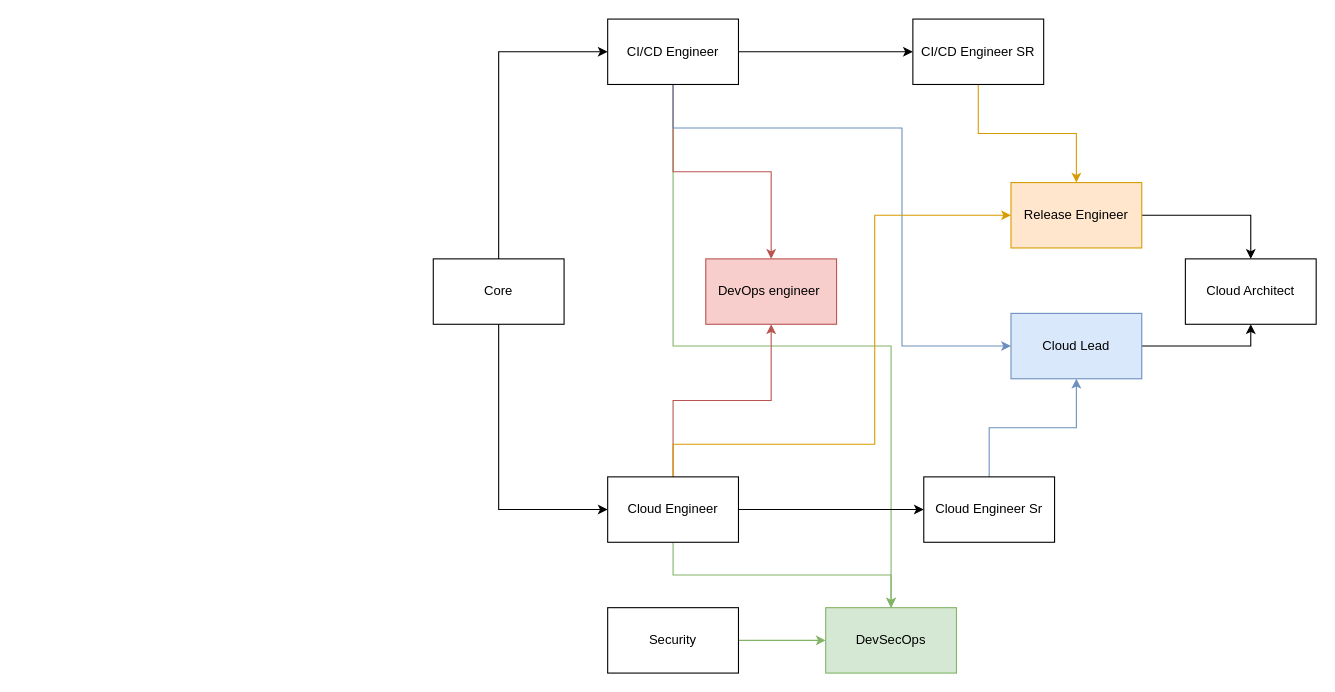
Before: Untitled Diagram.drawio in acalder88/devops, a draw.io diagram. Source tidied: cells renumbered, new cells numbered last; positions are measured from the earlier drawing's top-left corner, leaving out a move shared by most shapes. Both pictures are drawn from the tidied source at 109%, with x=0, y=0 at pixel (433, 19).
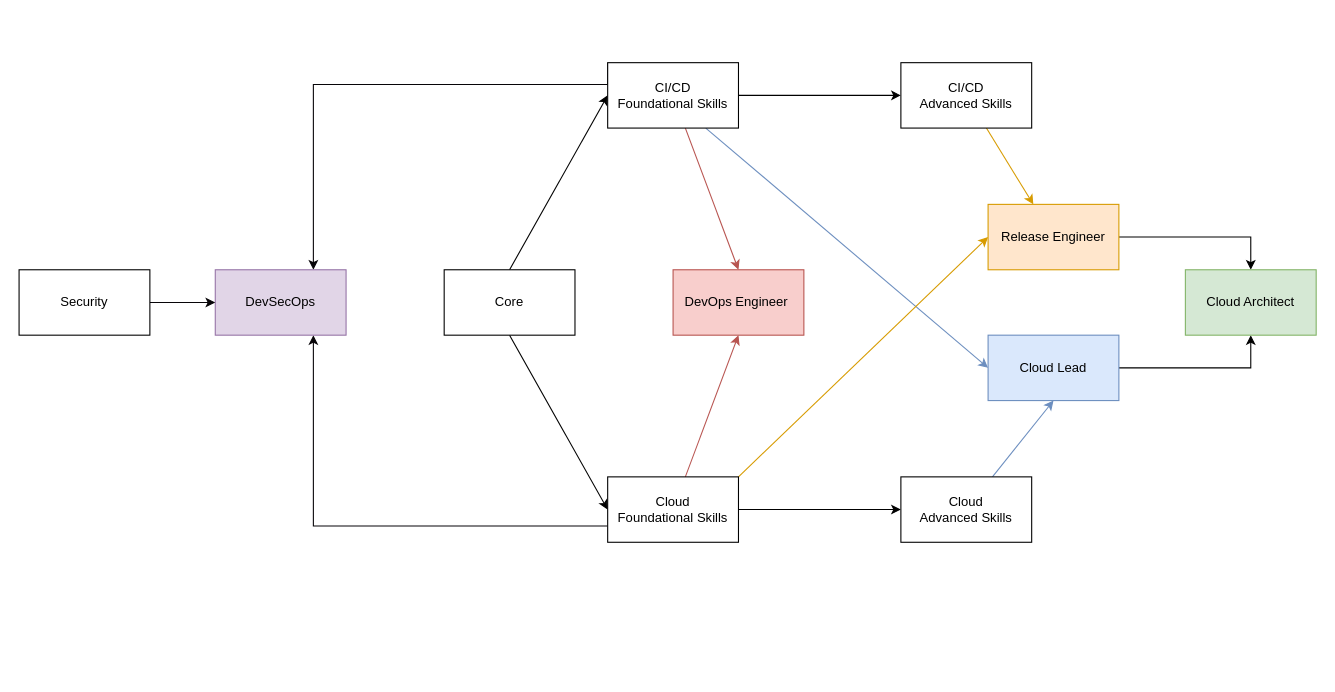
The same diagram, later.

What changed in the source:
```diff
@@
-    <mxCell id="2" style="edgeStyle=orthogonalEdgeStyle;rounded=0;jettySize=auto;html=1;entryX=0;entryY=0.5;entryDx=0;entryDy=0;exitX=0.5;exitY=0;exitDx=0;exitDy=0;" parent="1" edge="1" source="4" target="9">
+    <mxCell id="2" style="rounded=0;jettySize=auto;html=1;entryX=0;entryY=0.5;entryDx=0;entryDy=0;exitX=0.5;exitY=0;exitDx=0;exitDy=0;" parent="1" edge="1" source="4" target="9">
       <mxGeometry relative="1" as="geometry" />
     </mxCell>
-    <mxCell id="3" style="edgeStyle=orthogonalEdgeStyle;rounded=0;jettySize=auto;html=1;entryX=0;entryY=0.5;entryDx=0;entryDy=0;exitX=0.5;exitY=1;exitDx=0;exitDy=0;" parent="1" edge="1" source="4" target="14">
+    <mxCell id="3" style="rounded=0;jettySize=auto;html=1;entryX=0;entryY=0.5;entryDx=0;entryDy=0;exitX=0.5;exitY=1;exitDx=0;exitDy=0;" parent="1" edge="1" source="4" target="14">
       <mxGeometry relative="1" as="geometry" />
     </mxCell>
     <mxCell id="4" value="Core" style="rounded=0;whiteSpace=wrap;html=1;" parent="1" vertex="1">
-      <mxGeometry y="220" width="120" height="60" as="geometry" />
+      <mxGeometry x="10" y="230" width="120" height="60" as="geometry" />
     </mxCell>
-    <mxCell id="5" style="edgeStyle=orthogonalEdgeStyle;rounded=0;jettySize=auto;html=1;exitX=0.5;exitY=1;exitDx=0;exitDy=0;fillColor=#d5e8d4;strokeColor=#82b366;" parent="1" edge="1" source="9" target="24">
-      <mxGeometry relative="1" as="geometry" />
+    <mxCell id="5" style="edgeStyle=orthogonalEdgeStyle;rounded=0;jettySize=auto;html=1;exitX=0;exitY=0;exitDx=0;exitDy=0;fillColor=#e1d5e7;entryX=0.75;entryY=0;entryDx=0;entryDy=0;strokeColor=#070508;" parent="1" edge="1" source="9" target="24">
+      <mxGeometry relative="1" as="geometry">
+        <Array as="points">
+          <mxPoint x="160" y="60" />
+          <mxPoint x="-110" y="60" />
+        </Array>
+      </mxGeometry>
     </mxCell>
-    <mxCell id="6" style="edgeStyle=orthogonalEdgeStyle;rounded=0;jettySize=auto;html=1;entryX=0.5;entryY=0;entryDx=0;entryDy=0;fillColor=#f8cecc;strokeColor=#b85450;" parent="1" edge="1" source="9" target="23">
+    <mxCell id="6" style="rounded=0;jettySize=auto;html=1;entryX=0.5;entryY=0;entryDx=0;entryDy=0;fillColor=#f8cecc;strokeColor=#b85450;" parent="1" edge="1" source="9" target="23">
       <mxGeometry relative="1" as="geometry" />
     </mxCell>
@@
-    <mxCell id="8" style="edgeStyle=orthogonalEdgeStyle;rounded=0;jettySize=auto;html=1;entryX=0;entryY=0.5;entryDx=0;entryDy=0;fillColor=#dae8fc;strokeColor=#6c8ebf;" parent="1" edge="1" source="9" target="22">
-      <mxGeometry relative="1" as="geometry">
-        <Array as="points">
-          <mxPoint x="220" y="100" />
-          <mxPoint x="430" y="100" />
-          <mxPoint x="430" y="300" />
-        </Array>
-      </mxGeometry>
+    <mxCell id="8" style="rounded=0;jettySize=auto;html=1;entryX=0;entryY=0.5;entryDx=0;entryDy=0;fillColor=#dae8fc;strokeColor=#6c8ebf;exitX=0.75;exitY=1;exitDx=0;exitDy=0;" parent="1" edge="1" source="9" target="22">
+      <mxGeometry relative="1" as="geometry" />
     </mxCell>
-    <mxCell id="9" value="CI/CD Engineer" style="rounded=0;whiteSpace=wrap;html=1;" parent="1" vertex="1">
-      <mxGeometry x="160" width="120" height="60" as="geometry" />
+    <mxCell id="9" value="CI/CD &lt;br&gt;Foundational Skills" style="rounded=0;whiteSpace=wrap;html=1;" parent="1" vertex="1">
+      <mxGeometry x="160" y="40" width="120" height="60" as="geometry" />
     </mxCell>
-    <mxCell id="10" style="edgeStyle=orthogonalEdgeStyle;rounded=0;jettySize=auto;html=1;entryX=0.5;entryY=0;entryDx=0;entryDy=0;exitX=0.5;exitY=1;exitDx=0;exitDy=0;fillColor=#d5e8d4;strokeColor=#82b366;" parent="1" edge="1" source="14" target="24">
-      <mxGeometry relative="1" as="geometry" />
+    <mxCell id="10" style="edgeStyle=orthogonalEdgeStyle;rounded=0;jettySize=auto;html=1;fillColor=#e1d5e7;entryX=0.75;entryY=1;entryDx=0;entryDy=0;exitX=0;exitY=0.75;exitDx=0;exitDy=0;strokeColor=#070508;" parent="1" edge="1" source="14" target="24">
+      <mxGeometry relative="1" as="geometry">
+        <Array as="points">
+          <mxPoint x="-110" y="465" />
+        </Array>
+      </mxGeometry>
     </mxCell>
@@
-    <mxCell id="12" style="edgeStyle=orthogonalEdgeStyle;rounded=0;jettySize=auto;html=1;entryX=0.5;entryY=1;entryDx=0;entryDy=0;fillColor=#f8cecc;strokeColor=#b85450;" parent="1" edge="1" source="14" target="23">
+    <mxCell id="12" style="rounded=0;jettySize=auto;html=1;entryX=0.5;entryY=1;entryDx=0;entryDy=0;fillColor=#f8cecc;strokeColor=#b85450;" parent="1" edge="1" source="14" target="23">
       <mxGeometry relative="1" as="geometry" />
     </mxCell>
-    <mxCell id="13" style="edgeStyle=orthogonalEdgeStyle;rounded=0;jettySize=auto;html=1;entryX=0;entryY=0.5;entryDx=0;entryDy=0;fillColor=#ffe6cc;strokeColor=#d79b00;" parent="1" edge="1" source="14" target="20">
-      <mxGeometry relative="1" as="geometry">
-        <Array as="points">
-          <mxPoint x="220" y="390" />
-          <mxPoint x="405" y="390" />
-          <mxPoint x="405" y="180" />
-        </Array>
-      </mxGeometry>
+    <mxCell id="13" style="rounded=0;jettySize=auto;html=1;entryX=0;entryY=0.5;entryDx=0;entryDy=0;fillColor=#ffe6cc;strokeColor=#d79b00;exitX=1;exitY=0;exitDx=0;exitDy=0;" parent="1" edge="1" source="14" target="20">
+      <mxGeometry relative="1" as="geometry" />
     </mxCell>
-    <mxCell id="14" value="Cloud Engineer" style="rounded=0;whiteSpace=wrap;html=1;" parent="1" vertex="1">
+    <mxCell id="14" value="Cloud&lt;br&gt;Foundational Skills" style="rounded=0;whiteSpace=wrap;html=1;" parent="1" vertex="1">
       <mxGeometry x="160" y="420" width="120" height="60" as="geometry" />
     </mxCell>
-    <mxCell id="15" style="edgeStyle=orthogonalEdgeStyle;rounded=0;jettySize=auto;html=1;entryX=0.5;entryY=1;entryDx=0;entryDy=0;fillColor=#dae8fc;strokeColor=#6c8ebf;" parent="1" edge="1" source="16" target="22">
+    <mxCell id="15" style="rounded=0;jettySize=auto;html=1;entryX=0.5;entryY=1;entryDx=0;entryDy=0;fillColor=#dae8fc;strokeColor=#6c8ebf;" parent="1" edge="1" source="16" target="22">
       <mxGeometry relative="1" as="geometry" />
     </mxCell>
-    <mxCell id="16" value="Cloud Engineer Sr" style="rounded=0;whiteSpace=wrap;html=1;" parent="1" vertex="1">
-      <mxGeometry x="450" y="420" width="120" height="60" as="geometry" />
+    <mxCell id="16" value="Cloud&lt;br&gt;Advanced Skills" style="rounded=0;whiteSpace=wrap;html=1;" parent="1" vertex="1">
+      <mxGeometry x="429" y="420" width="120" height="60" as="geometry" />
     </mxCell>
-    <mxCell id="17" style="edgeStyle=orthogonalEdgeStyle;rounded=0;jettySize=auto;html=1;fillColor=#ffe6cc;strokeColor=#d79b00;" parent="1" edge="1" source="18" target="20">
+    <mxCell id="17" style="rounded=0;jettySize=auto;html=1;fillColor=#ffe6cc;strokeColor=#d79b00;" parent="1" edge="1" source="18" target="20">
       <mxGeometry relative="1" as="geometry" />
     </mxCell>
-    <mxCell id="18" value="CI/CD Engineer SR" style="rounded=0;whiteSpace=wrap;html=1;" parent="1" vertex="1">
-      <mxGeometry x="440" width="120" height="60" as="geometry" />
+    <mxCell id="18" value="CI/CD&lt;br&gt;Advanced Skills" style="rounded=0;whiteSpace=wrap;html=1;" parent="1" vertex="1">
+      <mxGeometry x="429" y="40" width="120" height="60" as="geometry" />
     </mxCell>
@@
     <mxCell id="20" value="Release Engineer" style="rounded=0;whiteSpace=wrap;html=1;fillColor=#ffe6cc;strokeColor=#d79b00;" parent="1" vertex="1">
-      <mxGeometry x="530" y="150" width="120" height="60" as="geometry" />
+      <mxGeometry x="509" y="170" width="120" height="60" as="geometry" />
     </mxCell>
@@
     <mxCell id="22" value="Cloud Lead" style="rounded=0;whiteSpace=wrap;html=1;fillColor=#dae8fc;strokeColor=#6c8ebf;" parent="1" vertex="1">
-      <mxGeometry x="530" y="270" width="120" height="60" as="geometry" />
+      <mxGeometry x="509" y="290" width="120" height="60" as="geometry" />
     </mxCell>
-    <mxCell id="23" value="DevOps engineer&amp;nbsp;" style="rounded=0;whiteSpace=wrap;html=1;fillColor=#f8cecc;strokeColor=#b85450;" parent="1" vertex="1">
-      <mxGeometry x="250" y="220" width="120" height="60" as="geometry" />
+    <mxCell id="23" value="DevOps Engineer&amp;nbsp;" style="rounded=0;whiteSpace=wrap;html=1;fillColor=#f8cecc;strokeColor=#b85450;" parent="1" vertex="1">
+      <mxGeometry x="220" y="230" width="120" height="60" as="geometry" />
     </mxCell>
-    <mxCell id="24" value="DevSecOps" style="rounded=0;whiteSpace=wrap;html=1;fillColor=#d5e8d4;strokeColor=#82b366;" parent="1" vertex="1">
-      <mxGeometry x="360" y="540" width="120" height="60" as="geometry" />
+    <mxCell id="24" value="DevSecOps" style="rounded=0;whiteSpace=wrap;html=1;fillColor=#e1d5e7;strokeColor=#9673a6;" parent="1" vertex="1">
+      <mxGeometry x="-200" y="230" width="120" height="60" as="geometry" />
     </mxCell>
-    <mxCell id="25" value="Cloud Architect" style="rounded=0;whiteSpace=wrap;html=1;" parent="1" vertex="1">
-      <mxGeometry x="690" y="220" width="120" height="60" as="geometry" />
+    <mxCell id="25" value="Cloud Architect" style="rounded=0;whiteSpace=wrap;html=1;fillColor=#d5e8d4;strokeColor=#82b366;" parent="1" vertex="1">
+      <mxGeometry x="690" y="230" width="120" height="60" as="geometry" />
     </mxCell>
-    <mxCell id="26" style="edgeStyle=orthogonalEdgeStyle;rounded=0;jettySize=auto;html=1;entryX=0;entryY=0.5;entryDx=0;entryDy=0;fillColor=#d5e8d4;strokeColor=#82b366;" parent="1" edge="1" source="27" target="24">
+    <mxCell id="26" style="edgeStyle=orthogonalEdgeStyle;rounded=0;jettySize=auto;html=1;entryX=0;entryY=0.5;entryDx=0;entryDy=0;fillColor=#e1d5e7;strokeColor=#070508;" parent="1" edge="1" source="27" target="24">
       <mxGeometry relative="1" as="geometry" />
     </mxCell>
     <mxCell id="27" value="Security" style="rounded=0;whiteSpace=wrap;html=1;" parent="1" vertex="1">
-      <mxGeometry x="160" y="540" width="120" height="60" as="geometry" />
+      <mxGeometry x="-380" y="230" width="120" height="60" as="geometry" />
     </mxCell>
```
